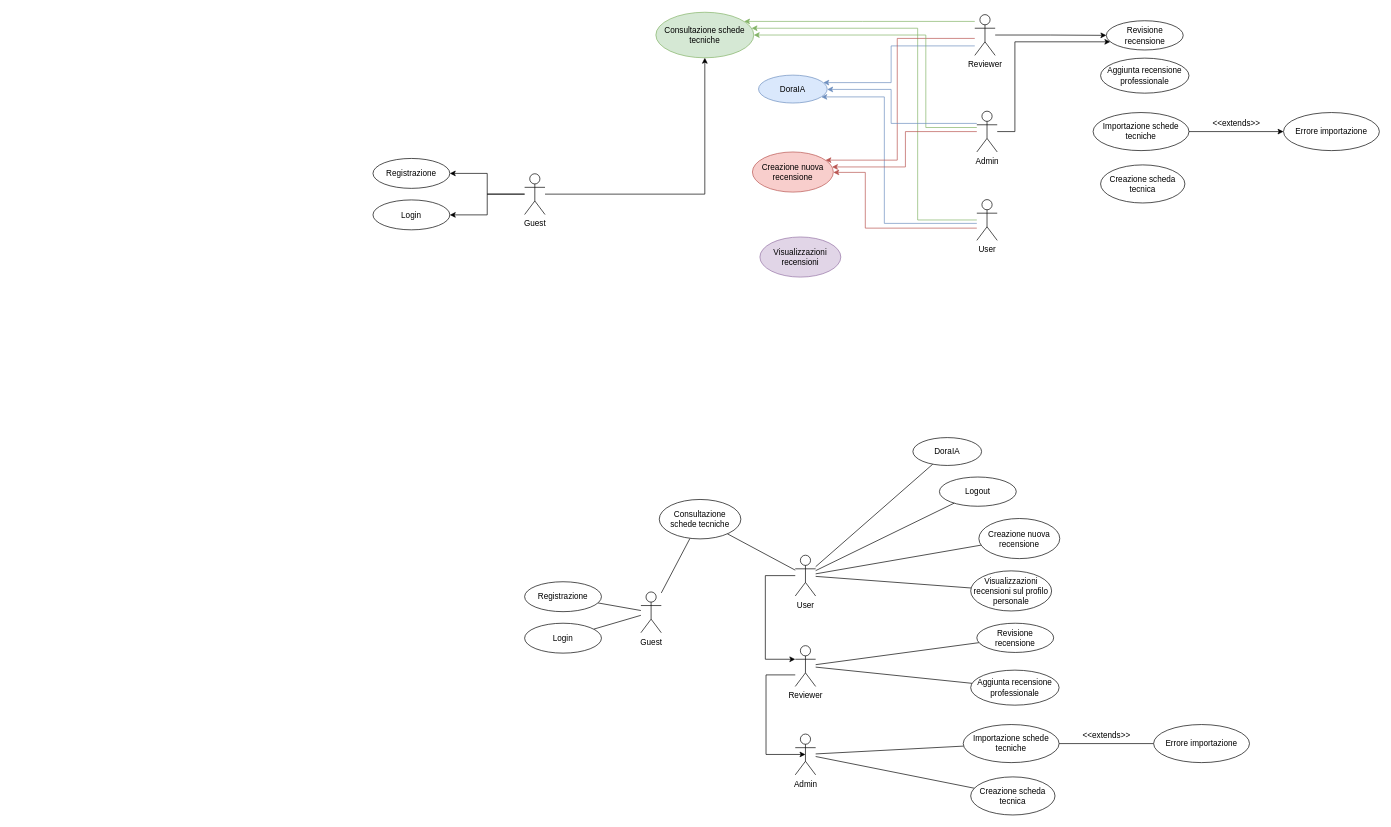
Before: doc/diagrammi/casi d'uso.drawio in alfonsograziano/Progetto-IS-FIA, a draw.io diagram. Source tidied: cells renumbered, new cells numbered last; positions are measured from the earlier drawing's top-left corner, leaving out a move shared by most shapes. Both pictures are drawn from the tidied source at 68%, with x=0, y=0 at pixel (373, 12).
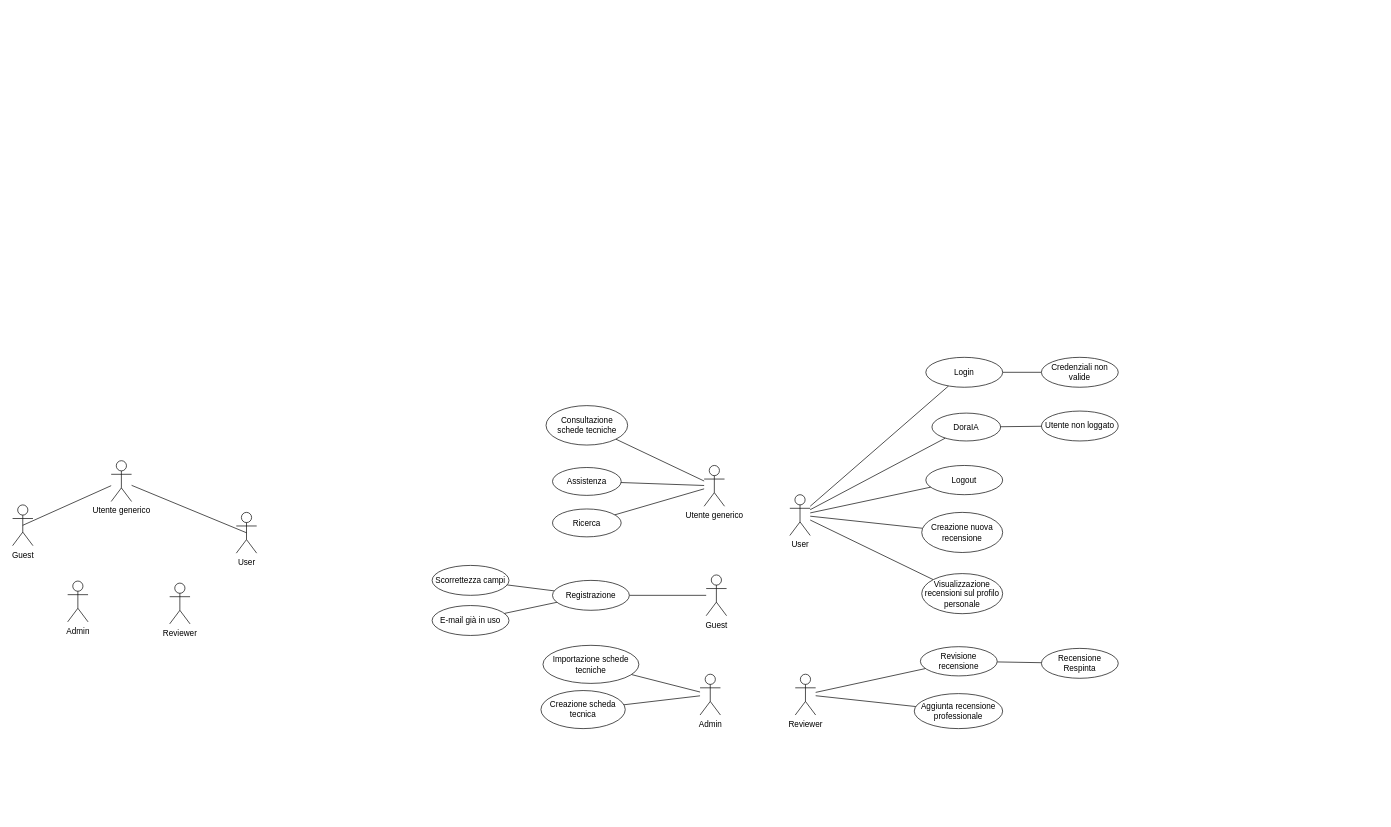
After the change.

Change to the diagram source:
```diff
@@
-    <mxCell id="2" style="edgeStyle=orthogonalEdgeStyle;rounded=0;jettySize=auto;html=1;" parent="1" edge="1" source="5" target="20">
-      <mxGeometry relative="1" as="geometry" />
-    </mxCell>
-    <mxCell id="3" style="edgeStyle=orthogonalEdgeStyle;rounded=0;jettySize=auto;html=1;" parent="1" edge="1" source="5" target="21">
-      <mxGeometry relative="1" as="geometry" />
-    </mxCell>
-    <mxCell id="4" style="edgeStyle=orthogonalEdgeStyle;rounded=0;jettySize=auto;html=1;" parent="1" edge="1" source="5" target="23">
-      <mxGeometry relative="1" as="geometry" />
-    </mxCell>
-    <mxCell id="5" value="Guest" style="shape=umlActor;verticalLabelPosition=bottom;verticalAlign=top;html=1;" parent="1" vertex="1">
-      <mxGeometry x="223" y="238" width="30" height="60" as="geometry" />
-    </mxCell>
-    <mxCell id="6" style="edgeStyle=orthogonalEdgeStyle;rounded=0;jettySize=auto;html=1;fillColor=#d5e8d4;strokeColor=#82b366;" parent="1" edge="1" source="9" target="23">
-      <mxGeometry relative="1" as="geometry">
-        <Array as="points">
-          <mxPoint x="801" y="306" />
-          <mxPoint x="801" y="24" />
-        </Array>
-      </mxGeometry>
-    </mxCell>
-    <mxCell id="7" style="edgeStyle=orthogonalEdgeStyle;rounded=0;jettySize=auto;html=1;fillColor=#dae8fc;strokeColor=#6c8ebf;" parent="1" edge="1" source="9" target="24">
-      <mxGeometry relative="1" as="geometry">
-        <Array as="points">
-          <mxPoint x="752" y="311" />
-          <mxPoint x="752" y="125" />
-        </Array>
-      </mxGeometry>
-    </mxCell>
-    <mxCell id="8" style="edgeStyle=orthogonalEdgeStyle;rounded=0;jettySize=auto;html=1;fillColor=#f8cecc;strokeColor=#b85450;" parent="1" edge="1" source="9" target="25">
-      <mxGeometry relative="1" as="geometry">
-        <Array as="points">
-          <mxPoint x="724" y="318" />
-          <mxPoint x="724" y="236" />
-        </Array>
-      </mxGeometry>
-    </mxCell>
-    <mxCell id="9" value="User" style="shape=umlActor;verticalLabelPosition=bottom;verticalAlign=top;html=1;" parent="1" vertex="1">
-      <mxGeometry x="888" y="276" width="30" height="60" as="geometry" />
-    </mxCell>
-    <mxCell id="10" style="edgeStyle=orthogonalEdgeStyle;rounded=0;jettySize=auto;html=1;fillColor=#d5e8d4;strokeColor=#82b366;" parent="1" edge="1" source="14" target="23">
-      <mxGeometry relative="1" as="geometry">
-        <Array as="points">
-          <mxPoint x="720" y="14" />
-          <mxPoint x="720" y="14" />
-        </Array>
-      </mxGeometry>
-    </mxCell>
-    <mxCell id="11" style="edgeStyle=orthogonalEdgeStyle;rounded=0;jettySize=auto;html=1;fillColor=#dae8fc;strokeColor=#6c8ebf;" parent="1" edge="1" source="14" target="24">
-      <mxGeometry relative="1" as="geometry">
-        <Array as="points">
-          <mxPoint x="762" y="50" />
-          <mxPoint x="762" y="104" />
-        </Array>
-      </mxGeometry>
-    </mxCell>
-    <mxCell id="12" style="edgeStyle=orthogonalEdgeStyle;rounded=0;jettySize=auto;html=1;fillColor=#f8cecc;strokeColor=#b85450;" parent="1" edge="1" source="14" target="25">
-      <mxGeometry relative="1" as="geometry">
-        <Array as="points">
-          <mxPoint x="771" y="39" />
-          <mxPoint x="771" y="218" />
-        </Array>
-      </mxGeometry>
-    </mxCell>
-    <mxCell id="13" style="edgeStyle=orthogonalEdgeStyle;rounded=0;jettySize=auto;html=1;" parent="1" edge="1" source="14" target="26">
-      <mxGeometry relative="1" as="geometry" />
-    </mxCell>
-    <mxCell id="14" value="Reviewer" style="shape=umlActor;verticalLabelPosition=bottom;verticalAlign=top;html=1;" parent="1" vertex="1">
-      <mxGeometry x="885" y="4" width="30" height="60" as="geometry" />
-    </mxCell>
-    <mxCell id="15" style="edgeStyle=orthogonalEdgeStyle;rounded=0;jettySize=auto;html=1;fillColor=#d5e8d4;strokeColor=#82b366;" parent="1" edge="1" source="19" target="23">
-      <mxGeometry relative="1" as="geometry">
-        <Array as="points">
-          <mxPoint x="813" y="170" />
-          <mxPoint x="813" y="34" />
-        </Array>
-      </mxGeometry>
-    </mxCell>
-    <mxCell id="16" style="edgeStyle=orthogonalEdgeStyle;rounded=0;jettySize=auto;html=1;fillColor=#dae8fc;strokeColor=#6c8ebf;" parent="1" edge="1" source="19" target="24">
-      <mxGeometry relative="1" as="geometry">
-        <Array as="points">
-          <mxPoint x="762" y="164" />
-          <mxPoint x="762" y="114" />
-        </Array>
-      </mxGeometry>
-    </mxCell>
-    <mxCell id="17" style="edgeStyle=orthogonalEdgeStyle;rounded=0;jettySize=auto;html=1;fillColor=#f8cecc;strokeColor=#b85450;" parent="1" edge="1" source="19" target="25">
-      <mxGeometry relative="1" as="geometry">
-        <Array as="points">
-          <mxPoint x="783" y="176" />
-          <mxPoint x="783" y="228" />
-        </Array>
-      </mxGeometry>
-    </mxCell>
-    <mxCell id="18" style="edgeStyle=orthogonalEdgeStyle;rounded=0;jettySize=auto;html=1;" parent="1" edge="1" source="19" target="26">
-      <mxGeometry relative="1" as="geometry">
-        <Array as="points">
-          <mxPoint x="944" y="176" />
-          <mxPoint x="944" y="44" />
-        </Array>
-      </mxGeometry>
-    </mxCell>
-    <mxCell id="19" value="Admin" style="shape=umlActor;verticalLabelPosition=bottom;verticalAlign=top;html=1;" parent="1" vertex="1">
-      <mxGeometry x="888" y="146" width="30" height="60" as="geometry" />
-    </mxCell>
-    <mxCell id="20" value="Registrazione" style="ellipse;whiteSpace=wrap;html=1;" parent="1" vertex="1">
-      <mxGeometry y="215.5" width="113" height="44" as="geometry" />
-    </mxCell>
-    <mxCell id="21" value="Login" style="ellipse;whiteSpace=wrap;html=1;" parent="1" vertex="1">
-      <mxGeometry y="276.5" width="113" height="44" as="geometry" />
-    </mxCell>
     <mxCell id="22" value="Logout" style="ellipse;whiteSpace=wrap;html=1;" parent="1" vertex="1">
-      <mxGeometry x="833" y="684" width="113" height="43" as="geometry" />
+      <mxGeometry x="813" y="667" width="113" height="43" as="geometry" />
     </mxCell>
-    <mxCell id="23" value="Consultazione schede tecniche" style="ellipse;whiteSpace=wrap;html=1;fillColor=#d5e8d4;strokeColor=#82b366;" parent="1" vertex="1">
-      <mxGeometry x="416" y="0.5" width="144" height="67" as="geometry" />
-    </mxCell>
-    <mxCell id="24" value="DoraIA" style="ellipse;whiteSpace=wrap;html=1;fillColor=#dae8fc;strokeColor=#6c8ebf;" parent="1" vertex="1">
-      <mxGeometry x="567" y="93" width="101" height="41" as="geometry" />
-    </mxCell>
-    <mxCell id="25" value="Creazione nuova recensione" style="ellipse;whiteSpace=wrap;html=1;fillColor=#f8cecc;strokeColor=#b85450;" parent="1" vertex="1">
-      <mxGeometry x="558" y="206" width="119" height="59" as="geometry" />
-    </mxCell>
-    <mxCell id="26" value="Revisione recensione" style="ellipse;whiteSpace=wrap;html=1;" parent="1" vertex="1">
-      <mxGeometry x="1078.5" y="13" width="113" height="43" as="geometry" />
-    </mxCell>
-    <mxCell id="27" style="edgeStyle=orthogonalEdgeStyle;rounded=0;jettySize=auto;html=1;" parent="1" edge="1" source="28" target="32">
-      <mxGeometry relative="1" as="geometry" />
-    </mxCell>
-    <mxCell id="28" value="Importazione schede tecniche" style="ellipse;whiteSpace=wrap;html=1;" parent="1" vertex="1">
-      <mxGeometry x="1059" y="148" width="141" height="56" as="geometry" />
-    </mxCell>
-    <mxCell id="29" value="Creazione scheda tecnica" style="ellipse;whiteSpace=wrap;html=1;" parent="1" vertex="1">
-      <mxGeometry x="1070" y="225" width="124" height="56" as="geometry" />
-    </mxCell>
-    <mxCell id="30" value="Visualizzazioni recensioni" style="ellipse;whiteSpace=wrap;html=1;fillColor=#e1d5e7;strokeColor=#9673a6;" parent="1" vertex="1">
-      <mxGeometry x="569" y="331" width="119" height="59" as="geometry" />
-    </mxCell>
-    <mxCell id="31" value="Aggiunta recensione professionale" style="ellipse;whiteSpace=wrap;html=1;" parent="1" vertex="1">
-      <mxGeometry x="1070" y="68" width="130" height="51.5" as="geometry" />
-    </mxCell>
-    <mxCell id="32" value="Errore importazione" style="ellipse;whiteSpace=wrap;html=1;" parent="1" vertex="1">
-      <mxGeometry x="1339" y="148" width="141" height="56" as="geometry" />
-    </mxCell>
-    <mxCell id="33" value="&amp;lt;&amp;lt;extends&amp;gt;&amp;gt;" style="text;html=1;strokeColor=none;fillColor=none;align=center;verticalAlign=middle;whiteSpace=wrap;rounded=0;" parent="1" vertex="1">
-      <mxGeometry x="1223" y="155" width="94" height="18" as="geometry" />
-    </mxCell>
@@
-    <mxCell id="35" style="edgeStyle=none;rounded=0;jettySize=auto;html=1;endArrow=none;endFill=0;" parent="1" edge="1" source="37" target="56">
-      <mxGeometry relative="1" as="geometry" />
-    </mxCell>
-    <mxCell id="36" style="edgeStyle=none;rounded=0;jettySize=auto;html=1;endArrow=none;endFill=0;" parent="1" edge="1" source="37" target="57">
-      <mxGeometry relative="1" as="geometry" />
-    </mxCell>
     <mxCell id="37" value="Guest" style="shape=umlActor;verticalLabelPosition=bottom;verticalAlign=top;html=1;" parent="1" vertex="1">
-      <mxGeometry x="394" y="853" width="30" height="60" as="geometry" />
+      <mxGeometry x="490" y="828" width="30" height="60" as="geometry" />
     </mxCell>
-    <mxCell id="38" style="edgeStyle=orthogonalEdgeStyle;rounded=0;jettySize=auto;html=1;entryX=0;entryY=0.3333333333333333;entryDx=0;entryDy=0;entryPerimeter=0;" parent="1" edge="1" source="44" target="48">
-      <mxGeometry relative="1" as="geometry">
-        <Array as="points">
-          <mxPoint x="577" y="829" />
-          <mxPoint x="577" y="952" />
-        </Array>
-      </mxGeometry>
-    </mxCell>
@@
-    <mxCell id="42" style="edgeStyle=none;rounded=0;jettySize=auto;html=1;endArrow=none;endFill=0;" parent="1" edge="1" source="44" target="57">
-      <mxGeometry relative="1" as="geometry" />
-    </mxCell>
@@
+    <mxCell id="65" style="edgeStyle=none;rounded=0;jettySize=auto;html=1;endArrow=none;endFill=0;" parent="1" edge="1" source="44" target="56">
+      <mxGeometry relative="1" as="geometry" />
+    </mxCell>
     <mxCell id="44" value="User" style="shape=umlActor;verticalLabelPosition=bottom;verticalAlign=top;html=1;" parent="1" vertex="1">
-      <mxGeometry x="621" y="799" width="30" height="60" as="geometry" />
+      <mxGeometry x="613" y="710" width="30" height="60" as="geometry" />
     </mxCell>
-    <mxCell id="45" style="edgeStyle=orthogonalEdgeStyle;rounded=0;jettySize=auto;html=1;entryX=0.5;entryY=0.5;entryDx=0;entryDy=0;entryPerimeter=0;" parent="1" edge="1" source="48" target="51">
-      <mxGeometry relative="1" as="geometry">
-        <Array as="points">
-          <mxPoint x="578" y="975" />
-          <mxPoint x="578" y="1092" />
-        </Array>
-      </mxGeometry>
-    </mxCell>
@@
     <mxCell id="48" value="Reviewer" style="shape=umlActor;verticalLabelPosition=bottom;verticalAlign=top;html=1;" parent="1" vertex="1">
-      <mxGeometry x="621" y="932" width="30" height="60" as="geometry" />
+      <mxGeometry x="621" y="974" width="30" height="60" as="geometry" />
     </mxCell>
-    <mxCell id="49" style="edgeStyle=none;rounded=0;jettySize=auto;html=1;endArrow=none;endFill=0;" parent="1" edge="1" source="51" target="60">
-      <mxGeometry relative="1" as="geometry" />
-    </mxCell>
@@
+    <mxCell id="66" style="edgeStyle=none;rounded=0;jettySize=auto;html=1;startArrow=none;startFill=0;endArrow=none;endFill=0;" parent="1" edge="1" source="51" target="72">
+      <mxGeometry relative="1" as="geometry" />
+    </mxCell>
     <mxCell id="51" value="Admin" style="shape=umlActor;verticalLabelPosition=bottom;verticalAlign=top;html=1;" parent="1" vertex="1">
-      <mxGeometry x="621" y="1062" width="30" height="60" as="geometry" />
+      <mxGeometry x="481" y="974" width="30" height="60" as="geometry" />
     </mxCell>
     <mxCell id="52" value="Creazione nuova recensione" style="ellipse;whiteSpace=wrap;html=1;" parent="1" vertex="1">
-      <mxGeometry x="891" y="745" width="119" height="59" as="geometry" />
+      <mxGeometry x="807" y="736" width="119" height="59" as="geometry" />
     </mxCell>
-    <mxCell id="53" value="Visualizzazioni recensioni sul profilo personale" style="ellipse;whiteSpace=wrap;html=1;" parent="1" vertex="1">
-      <mxGeometry x="879" y="822" width="119" height="59" as="geometry" />
+    <mxCell id="53" value="Visualizzazione recensioni sul profilo personale" style="ellipse;whiteSpace=wrap;html=1;" parent="1" vertex="1">
+      <mxGeometry x="807" y="826" width="119" height="59" as="geometry" />
     </mxCell>
+    <mxCell id="67" style="edgeStyle=none;rounded=0;jettySize=auto;html=1;endArrow=none;endFill=0;" parent="1" edge="1" source="54" target="86">
+      <mxGeometry relative="1" as="geometry" />
+    </mxCell>
     <mxCell id="54" value="Revisione recensione" style="ellipse;whiteSpace=wrap;html=1;" parent="1" vertex="1">
-      <mxGeometry x="888" y="899" width="113" height="43" as="geometry" />
+      <mxGeometry x="805" y="933.5" width="113" height="43" as="geometry" />
     </mxCell>
+    <mxCell id="68" style="edgeStyle=none;rounded=0;jettySize=auto;html=1;endArrow=none;endFill=0;" parent="1" edge="1" source="55" target="82">
+      <mxGeometry relative="1" as="geometry" />
+    </mxCell>
+    <mxCell id="69" style="edgeStyle=none;rounded=0;jettySize=auto;html=1;endArrow=none;endFill=0;" parent="1" edge="1" source="55" target="83">
+      <mxGeometry relative="1" as="geometry" />
+    </mxCell>
     <mxCell id="55" value="Registrazione" style="ellipse;whiteSpace=wrap;html=1;" parent="1" vertex="1">
-      <mxGeometry x="223" y="838" width="113" height="44" as="geometry" />
+      <mxGeometry x="264" y="836" width="113" height="44" as="geometry" />
     </mxCell>
+    <mxCell id="70" style="edgeStyle=none;rounded=0;jettySize=auto;html=1;endArrow=none;endFill=0;" parent="1" edge="1" source="56" target="84">
+      <mxGeometry relative="1" as="geometry" />
+    </mxCell>
     <mxCell id="56" value="Login" style="ellipse;whiteSpace=wrap;html=1;" parent="1" vertex="1">
-      <mxGeometry x="223" y="899" width="113" height="44" as="geometry" />
+      <mxGeometry x="813" y="508" width="113" height="44" as="geometry" />
     </mxCell>
     <mxCell id="57" value="Consultazione schede tecniche" style="ellipse;whiteSpace=wrap;html=1;" parent="1" vertex="1">
-      <mxGeometry x="421" y="717" width="120" height="58" as="geometry" />
+      <mxGeometry x="254.5" y="579" width="120" height="58" as="geometry" />
     </mxCell>
+    <mxCell id="71" style="edgeStyle=none;rounded=0;jettySize=auto;html=1;endArrow=none;endFill=0;" parent="1" edge="1" source="58" target="85">
+      <mxGeometry relative="1" as="geometry" />
+    </mxCell>
     <mxCell id="58" value="DoraIA" style="ellipse;whiteSpace=wrap;html=1;" parent="1" vertex="1">
-      <mxGeometry x="794" y="626" width="101" height="41" as="geometry" />
+      <mxGeometry x="822" y="590" width="101" height="41" as="geometry" />
     </mxCell>
-    <mxCell id="59" style="edgeStyle=orthogonalEdgeStyle;rounded=0;jettySize=auto;html=1;endArrow=none;endFill=0;" parent="1" edge="1" source="60" target="63">
-      <mxGeometry relative="1" as="geometry" />
-    </mxCell>
-    <mxCell id="60" value="Importazione schede tecniche" style="ellipse;whiteSpace=wrap;html=1;" parent="1" vertex="1">
-      <mxGeometry x="868" y="1048" width="141" height="56" as="geometry" />
-    </mxCell>
     <mxCell id="61" value="Creazione scheda tecnica" style="ellipse;whiteSpace=wrap;html=1;" parent="1" vertex="1">
-      <mxGeometry x="879" y="1125" width="124" height="56" as="geometry" />
+      <mxGeometry x="247" y="998" width="124" height="56" as="geometry" />
     </mxCell>
     <mxCell id="62" value="Aggiunta recensione professionale" style="ellipse;whiteSpace=wrap;html=1;" parent="1" vertex="1">
-      <mxGeometry x="879" y="968" width="130" height="51.5" as="geometry" />
+      <mxGeometry x="796" y="1002.5" width="130" height="51.5" as="geometry" />
     </mxCell>
-    <mxCell id="63" value="Errore importazione" style="ellipse;whiteSpace=wrap;html=1;" parent="1" vertex="1">
-      <mxGeometry x="1148" y="1048" width="141" height="56" as="geometry" />
-    </mxCell>
-    <mxCell id="64" value="&amp;lt;&amp;lt;extends&amp;gt;&amp;gt;" style="text;html=1;strokeColor=none;fillColor=none;align=center;verticalAlign=middle;whiteSpace=wrap;rounded=0;" parent="1" vertex="1">
-      <mxGeometry x="1032" y="1055" width="94" height="18" as="geometry" />
-    </mxCell>
+    <mxCell id="72" value="Importazione schede tecniche" style="ellipse;whiteSpace=wrap;html=1;" parent="1" vertex="1">
+      <mxGeometry x="250" y="931.5" width="141" height="56" as="geometry" />
+    </mxCell>
+    <mxCell id="73" value="Ricerca" style="ellipse;whiteSpace=wrap;html=1;" parent="1" vertex="1">
+      <mxGeometry x="264" y="731" width="101" height="41" as="geometry" />
+    </mxCell>
+    <mxCell id="74" value="Assistenza" style="ellipse;whiteSpace=wrap;html=1;" parent="1" vertex="1">
+      <mxGeometry x="264" y="670" width="101" height="41" as="geometry" />
+    </mxCell>
+    <mxCell id="75" style="rounded=0;jettySize=auto;html=1;endArrow=none;endFill=0;" parent="1" edge="1" source="78" target="57">
+      <mxGeometry relative="1" as="geometry" />
+    </mxCell>
+    <mxCell id="76" style="edgeStyle=none;rounded=0;jettySize=auto;html=1;endArrow=none;endFill=0;" parent="1" edge="1" source="78" target="74">
+      <mxGeometry relative="1" as="geometry" />
+    </mxCell>
+    <mxCell id="77" style="edgeStyle=none;rounded=0;jettySize=auto;html=1;endArrow=none;endFill=0;" parent="1" edge="1" source="78" target="73">
+      <mxGeometry relative="1" as="geometry" />
+    </mxCell>
+    <mxCell id="78" value="Utente generico" style="shape=umlActor;verticalLabelPosition=bottom;verticalAlign=top;html=1;" parent="1" vertex="1">
+      <mxGeometry x="487" y="667" width="30" height="60" as="geometry" />
+    </mxCell>
+    <mxCell id="79" style="edgeStyle=none;rounded=0;jettySize=auto;html=1;entryX=0.5;entryY=0.5;entryDx=0;entryDy=0;entryPerimeter=0;endArrow=none;endFill=0;" parent="1" edge="1" source="81" target="9">
+      <mxGeometry relative="1" as="geometry" />
+    </mxCell>
+    <mxCell id="80" style="edgeStyle=none;rounded=0;jettySize=auto;html=1;entryX=0.5;entryY=0.5;entryDx=0;entryDy=0;entryPerimeter=0;endArrow=none;endFill=0;" parent="1" edge="1" source="81" target="5">
+      <mxGeometry relative="1" as="geometry" />
+    </mxCell>
+    <mxCell id="81" value="Utente generico" style="shape=umlActor;verticalLabelPosition=bottom;verticalAlign=top;html=1;" parent="1" vertex="1">
+      <mxGeometry x="-385" y="660" width="30" height="60" as="geometry" />
+    </mxCell>
+    <mxCell id="9" value="User" style="shape=umlActor;verticalLabelPosition=bottom;verticalAlign=top;html=1;" parent="1" vertex="1">
+      <mxGeometry x="-201" y="736" width="30" height="60" as="geometry" />
+    </mxCell>
+    <mxCell id="5" value="Guest" style="shape=umlActor;verticalLabelPosition=bottom;verticalAlign=top;html=1;" parent="1" vertex="1">
+      <mxGeometry x="-530" y="725" width="30" height="60" as="geometry" />
+    </mxCell>
+    <mxCell id="14" value="Reviewer" style="shape=umlActor;verticalLabelPosition=bottom;verticalAlign=top;html=1;" parent="1" vertex="1">
+      <mxGeometry x="-299" y="840" width="30" height="60" as="geometry" />
+    </mxCell>
+    <mxCell id="19" value="Admin" style="shape=umlActor;verticalLabelPosition=bottom;verticalAlign=top;html=1;" parent="1" vertex="1">
+      <mxGeometry x="-449" y="837" width="30" height="60" as="geometry" />
+    </mxCell>
+    <mxCell id="82" value="Scorrettezza campi" style="ellipse;whiteSpace=wrap;html=1;" parent="1" vertex="1">
+      <mxGeometry x="87" y="814" width="113" height="44" as="geometry" />
+    </mxCell>
+    <mxCell id="83" value="E-mail già in uso" style="ellipse;whiteSpace=wrap;html=1;" parent="1" vertex="1">
+      <mxGeometry x="87" y="873" width="113" height="44" as="geometry" />
+    </mxCell>
+    <mxCell id="84" value="Credenziali non valide" style="ellipse;whiteSpace=wrap;html=1;" parent="1" vertex="1">
+      <mxGeometry x="983" y="508" width="113" height="44" as="geometry" />
+    </mxCell>
+    <mxCell id="85" value="Utente non loggato" style="ellipse;whiteSpace=wrap;html=1;" parent="1" vertex="1">
+      <mxGeometry x="983" y="587" width="113" height="44" as="geometry" />
+    </mxCell>
+    <mxCell id="86" value="Recensione Respinta" style="ellipse;whiteSpace=wrap;html=1;" parent="1" vertex="1">
+      <mxGeometry x="983" y="936" width="113" height="44" as="geometry" />
+    </mxCell>
```
